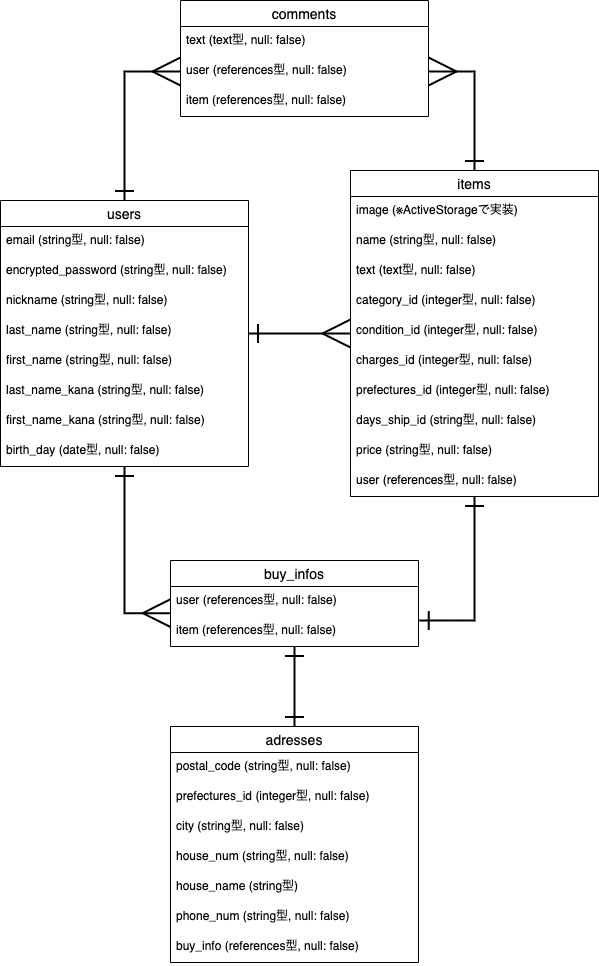
The draw.io diagram table.drawio.png in take1412/furima-32081, before a commit. Source tidied: cells renumbered, new cells last; positions are measured from the earlier drawing's top-left corner, leaving out a move shared by most shapes.
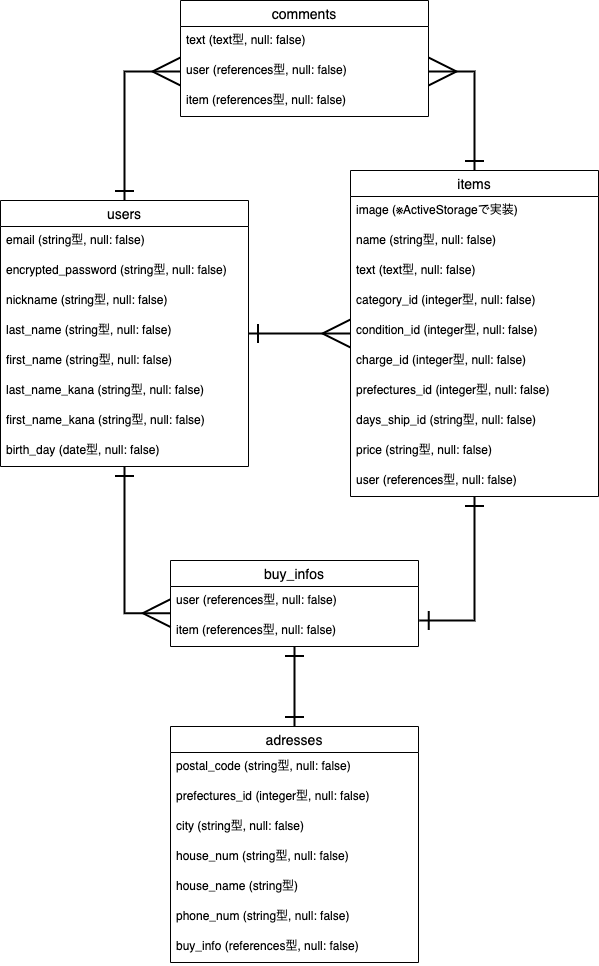
After the change.

Commit message:
カラム名修正

Change to the diagram source:
```diff
@@ -62,7 +62,7 @@
     <mxCell id="21" value="condition_id (integer型, null: false)" style="text;strokeColor=none;fillColor=none;spacingLeft=4;spacingRight=4;overflow=hidden;fontSize=12;" parent="16" vertex="1">
       <mxGeometry y="146" width="248" height="30" as="geometry" />
     </mxCell>
-    <mxCell id="22" value="charges_id (integer型, null: false)" style="text;strokeColor=none;fillColor=none;spacingLeft=4;spacingRight=4;overflow=hidden;fontSize=12;" parent="16" vertex="1">
+    <mxCell id="22" value="charge_id (integer型, null: false)" style="text;strokeColor=none;fillColor=none;spacingLeft=4;spacingRight=4;overflow=hidden;fontSize=12;" parent="16" vertex="1">
       <mxGeometry y="176" width="248" height="30" as="geometry" />
     </mxCell>
     <mxCell id="23" value="prefectures_id (integer型, null: false)" style="text;strokeColor=none;fillColor=none;spacingLeft=4;spacingRight=4;overflow=hidden;fontSize=12;" parent="16" vertex="1">
```
